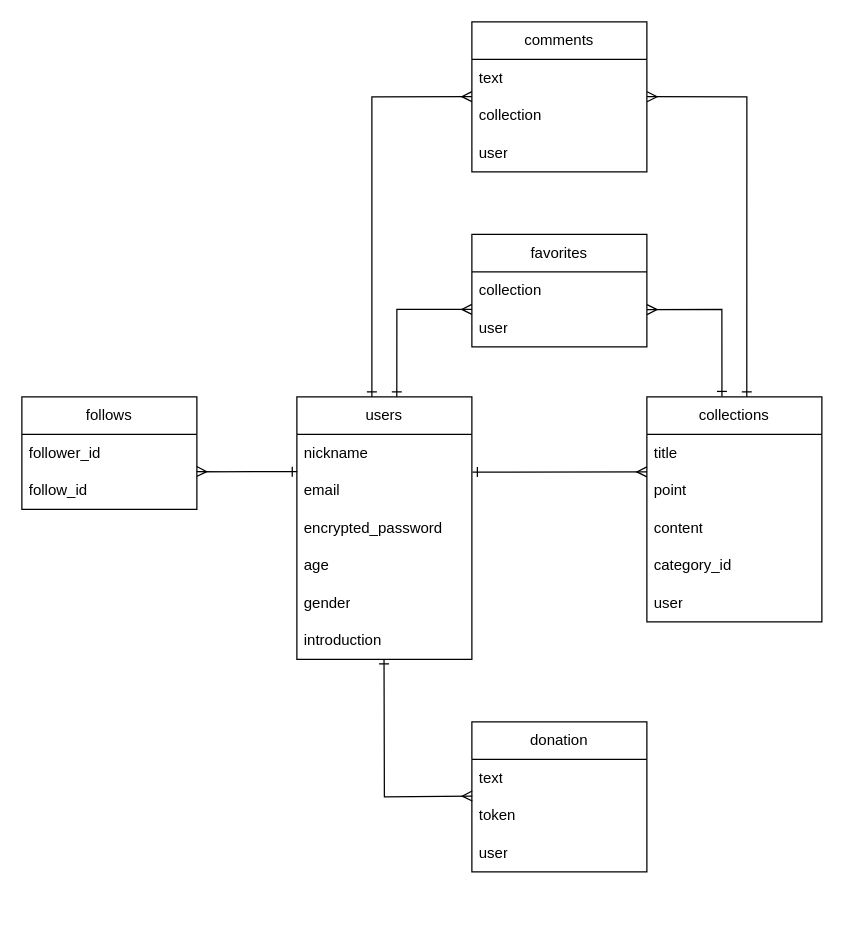
The draw.io diagram sousaku.dio in daizdag/own_works_app, before the edit. Source tidied: cells renumbered, new cells numbered last; positions are measured from the earlier drawing's top-left corner, leaving out a move shared by most shapes. Both pictures are drawn from the tidied source at 125%, with x=0, y=0 at pixel (21, 21).
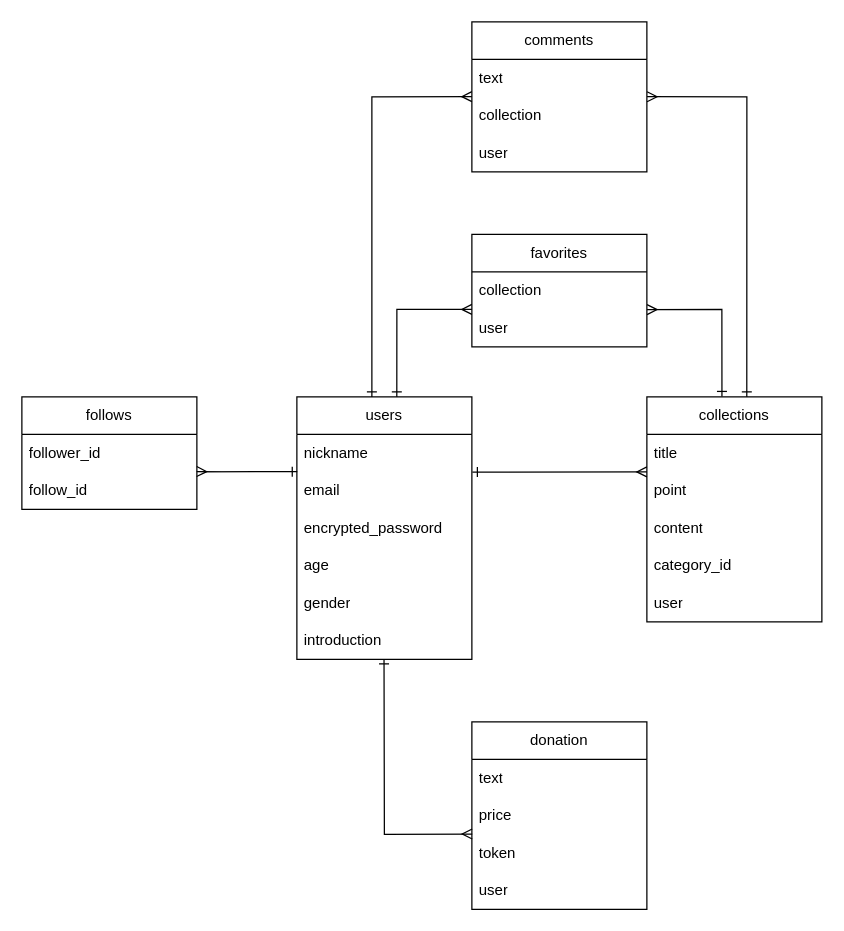
The same page after the edit.

Commit message:
テーブル設計の変更

Unchanged cells that the change refers to:
```xml
<mxCell id="14" value="introduction" style="text;strokeColor=none;fillColor=none;align=left;verticalAlign=middle;spacingLeft=4;spacingRight=4;overflow=hidden;points=[[0,0.5],[1,0.5]];portConstraint=eastwest;whiteSpace=wrap;html=1;" parent="8" vertex="1">
  <mxGeometry y="180" width="140" height="30" as="geometry" />
</mxCell>
```

Change to the diagram source:
```diff
@@
-    <mxCell id="20" style="endArrow=ERone;html=1;rounded=0;entryX=0.498;entryY=0.989;entryDx=0;entryDy=0;entryPerimeter=0;startArrow=ERmany;startFill=0;endFill=0;exitX=0.002;exitY=-0.022;exitDx=0;exitDy=0;exitPerimeter=0;" parent="1" edge="1" source="34" target="14">
+    <mxCell id="20" style="endArrow=ERone;html=1;rounded=0;entryX=0.498;entryY=0.989;entryDx=0;entryDy=0;entryPerimeter=0;startArrow=ERmany;startFill=0;endFill=0;exitX=0.002;exitY=-0.01;exitDx=0;exitDy=0;exitPerimeter=0;" parent="1" edge="1" source="34" target="14">
       <mxGeometry relative="1" as="geometry">
         <Array as="points">
-          <mxPoint x="290" y="620" />
+          <mxPoint x="290" y="650" />
         </Array>
       </mxGeometry>
     </mxCell>
@@
     <mxCell id="32" value="donation" style="swimlane;fontStyle=0;horizontal=1;startSize=30;whiteSpace=wrap;html=1;" parent="1" vertex="1">
-      <mxGeometry x="360" y="560" width="140" height="120" as="geometry" />
+      <mxGeometry x="360" y="560" width="140" height="150" as="geometry" />
     </mxCell>
@@
+    <mxCell id="36" value="price" style="text;strokeColor=none;fillColor=none;align=left;verticalAlign=middle;spacingLeft=4;spacingRight=4;overflow=hidden;whiteSpace=wrap;html=1;" parent="32" vertex="1">
+      <mxGeometry y="60" width="140" height="30" as="geometry" />
+    </mxCell>
     <mxCell id="34" value="token" style="text;strokeColor=none;fillColor=none;align=left;verticalAlign=middle;spacingLeft=4;spacingRight=4;overflow=hidden;points=[[0,0.5],[1,0.5]];portConstraint=eastwest;whiteSpace=wrap;html=1;" parent="32" vertex="1">
-      <mxGeometry y="60" width="140" height="30" as="geometry" />
+      <mxGeometry y="90" width="140" height="30" as="geometry" />
     </mxCell>
     <mxCell id="35" value="user" style="text;strokeColor=none;fillColor=none;align=left;verticalAlign=middle;spacingLeft=4;spacingRight=4;overflow=hidden;whiteSpace=wrap;html=1;" parent="32" vertex="1">
-      <mxGeometry y="90" width="140" height="30" as="geometry" />
+      <mxGeometry y="120" width="140" height="30" as="geometry" />
     </mxCell>
```
